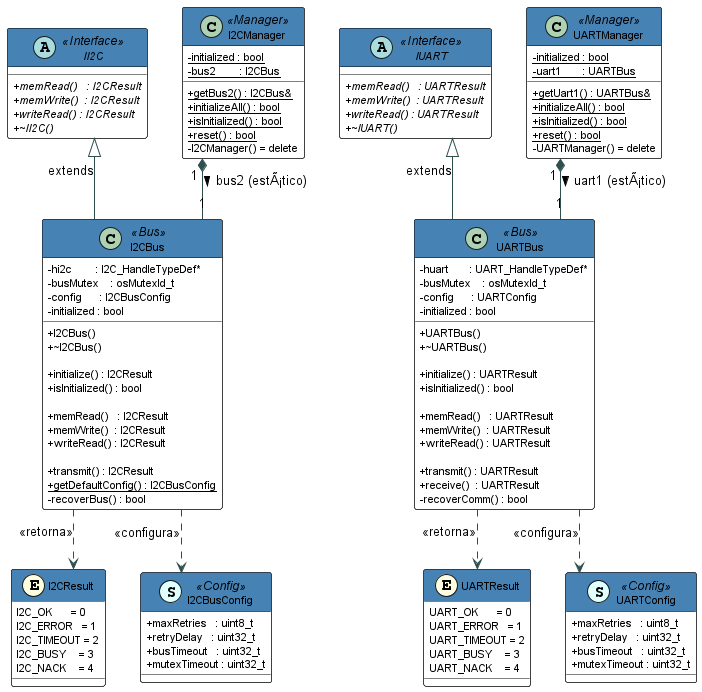
The PlantUML diagram docs/06 UMLs/communication_buses_class.png in AgustinPessina00/TPP-IntelliFence, before a commit. Source of this version:
```plantuml
@startuml communication_buses_class

skinparam classAttributeIconSize 0
skinparam class {
    BackgroundColor White
    BorderColor Black
    HeaderBackgroundColor SteelBlue
    HeaderFontColor White
    FontSize 12
    AttributeFontSize 11
}
skinparam class<<Interface>> {
    HeaderBackgroundColor SteelBlue
    HeaderFontColor White
    BorderColor Black
    FontStyle italic
}
skinparam class<<Bus>> {
    HeaderBackgroundColor SteelBlue
    HeaderFontColor White
}
skinparam class<<Manager>> {
    HeaderBackgroundColor SteelBlue
    HeaderFontColor White
}
skinparam class<<Config>> {
    HeaderBackgroundColor SteelBlue
    BorderColor Black
}
skinparam enum {
    BackgroundColor LightYellow
    BorderColor Black
}
skinparam ArrowColor DarkSlateGray
skinparam linetype ortho

enum I2CResult << (E,LightYellow) >> {
    I2C_OK      = 0
    I2C_ERROR   = 1
    I2C_TIMEOUT = 2
    I2C_BUSY    = 3
    I2C_NACK    = 4
}

enum UARTResult << (E,LightYellow) >> {
    UART_OK      = 0
    UART_ERROR   = 1
    UART_TIMEOUT = 2
    UART_BUSY    = 3
    UART_NACK    = 4
}

class I2CBusConfig << (S,LightCyan) Config >> {
    + maxRetries   : uint8_t
    + retryDelay   : uint32_t
    + busTimeout   : uint32_t
    + mutexTimeout : uint32_t
}

class UARTConfig << (S,LightCyan) Config >> {
    + maxRetries   : uint8_t
    + retryDelay   : uint32_t
    + busTimeout   : uint32_t
    + mutexTimeout : uint32_t
}

abstract class II2C << Interface >> {
    + {abstract} memRead()   : I2CResult
    + {abstract} memWrite()  : I2CResult
    + {abstract} writeRead() : I2CResult
    + {abstract} ~II2C()
}

abstract class IUART << Interface >> {
    + {abstract} memRead()   : UARTResult
    + {abstract} memWrite()  : UARTResult
    + {abstract} writeRead() : UARTResult
    + {abstract} ~IUART()
}

class I2CBus << Bus >> {
    + I2CBus()
    + ~I2CBus()

    + initialize() : I2CResult
    + isInitialized() : bool

    + memRead()   : I2CResult
    + memWrite()  : I2CResult
    + writeRead() : I2CResult

    + transmit() : I2CResult
    + {static} getDefaultConfig() : I2CBusConfig

    - hi2c        : I2C_HandleTypeDef*
    - busMutex    : osMutexId_t
    - config      : I2CBusConfig
    - initialized : bool
    - recoverBus() : bool
}

class UARTBus << Bus >> {
    + UARTBus()
    + ~UARTBus()

    + initialize() : UARTResult
    + isInitialized() : bool

    + memRead()   : UARTResult
    + memWrite()  : UARTResult
    + writeRead() : UARTResult

    + transmit() : UARTResult
    + receive()  : UARTResult

    - huart       : UART_HandleTypeDef*
    - busMutex    : osMutexId_t
    - config      : UARTConfig
    - initialized : bool
    - recoverComm() : bool
}

class I2CManager << Manager >> {
    + {static} getBus2() : I2CBus&
    + {static} initializeAll() : bool
    + {static} isInitialized() : bool
    + {static} reset() : bool

    - {static} initialized : bool
    - {static} bus2        : I2CBus

    - I2CManager() = delete
}

class UARTManager << Manager >> {
    + {static} getUart1() : UARTBus&
    + {static} initializeAll() : bool
    + {static} isInitialized() : bool
    + {static} reset() : bool

    - {static} initialized : bool
    - {static} uart1       : UARTBus

    - UARTManager() = delete
}

II2C  <|-- I2CBus  : extends
IUART <|-- UARTBus : extends

I2CManager  "1" *-- "1" I2CBus  : bus2 (estÃ¡tico) >
UARTManager "1" *-- "1" UARTBus : uart1 (estÃ¡tico) >

I2CBus  ..> I2CBusConfig : <<configura>>
UARTBus ..> UARTConfig   : <<configura>>

I2CBus  ..> I2CResult    : <<retorna>>
UARTBus ..> UARTResult   : <<retorna>>

@enduml
```
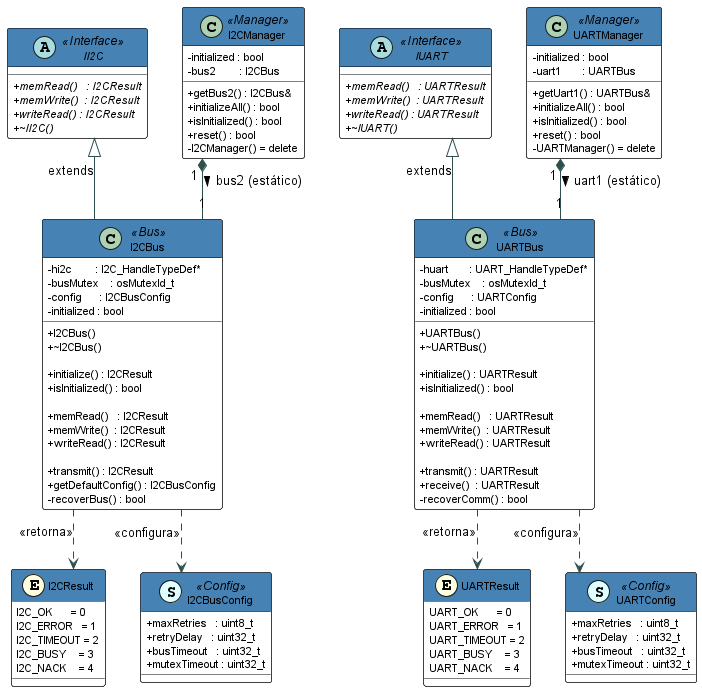
Above is the later version.

Commit message:
docs(UMLs): update UML diagrams for communication buses and GPS components

Change to the diagram source:
```diff
@@ -90,7 +90,7 @@
     + writeRead() : I2CResult
 
     + transmit() : I2CResult
-    + {static} getDefaultConfig() : I2CBusConfig
+    + getDefaultConfig() : I2CBusConfig
 
     - hi2c        : I2C_HandleTypeDef*
     - busMutex    : osMutexId_t
@@ -121,25 +121,25 @@
 }
 
 class I2CManager << Manager >> {
-    + {static} getBus2() : I2CBus&
-    + {static} initializeAll() : bool
-    + {static} isInitialized() : bool
-    + {static} reset() : bool
+    + getBus2() : I2CBus&
+    + initializeAll() : bool
+    + isInitialized() : bool
+    + reset() : bool
 
-    - {static} initialized : bool
-    - {static} bus2        : I2CBus
+    - initialized : bool
+    - bus2        : I2CBus
 
     - I2CManager() = delete
 }
 
 class UARTManager << Manager >> {
-    + {static} getUart1() : UARTBus&
-    + {static} initializeAll() : bool
-    + {static} isInitialized() : bool
-    + {static} reset() : bool
+    + getUart1() : UARTBus&
+    + initializeAll() : bool
+    + isInitialized() : bool
+    + reset() : bool
 
-    - {static} initialized : bool
-    - {static} uart1       : UARTBus
+    - initialized : bool
+    - uart1       : UARTBus
 
     - UARTManager() = delete
 }
@@ -147,8 +147,8 @@
 II2C  <|-- I2CBus  : extends
 IUART <|-- UARTBus : extends
 
-I2CManager  "1" *-- "1" I2CBus  : bus2 (estÃ¡tico) >
-UARTManager "1" *-- "1" UARTBus : uart1 (estÃ¡tico) >
+I2CManager  "1" *-- "1" I2CBus  : bus2 (estático) >
+UARTManager "1" *-- "1" UARTBus : uart1 (estático) >
 
 I2CBus  ..> I2CBusConfig : <<configura>>
 UARTBus ..> UARTConfig   : <<configura>>
```
